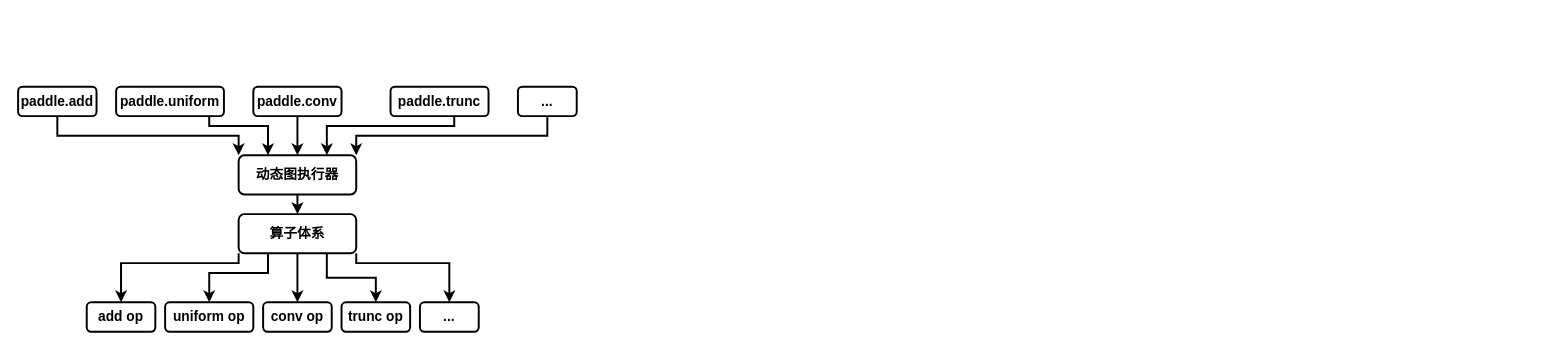
Earlier version of the draw.io diagram price1.drawio (JiabinYang/Doc). Source tidied: cells renumbered, new cells numbered last; positions are measured from the earlier drawing's top-left corner, leaving out a move shared by most shapes. Both pictures are drawn from the tidied source at 98%, with x=0, y=0 at pixel (18, 86).
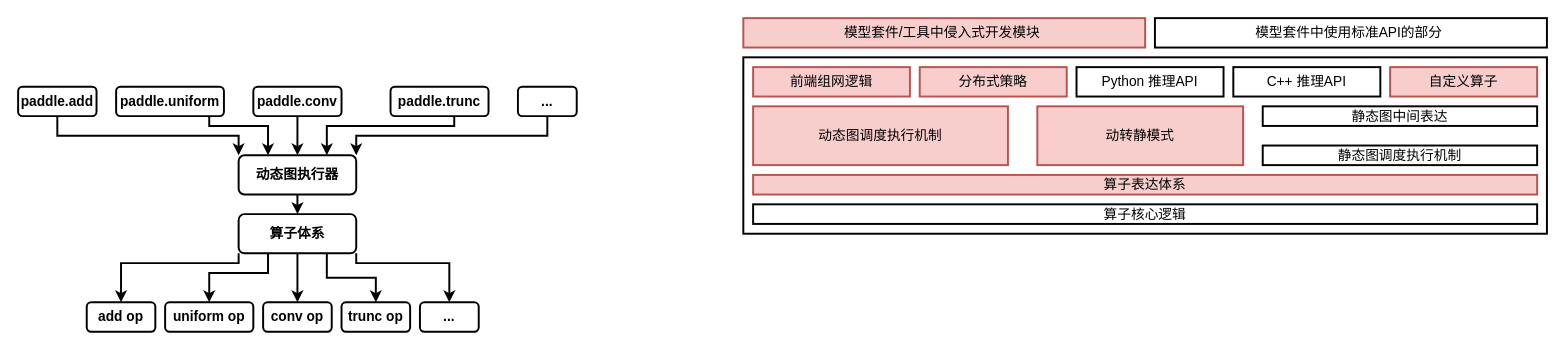
Above is the later version.

The edit, as a diff of the source:
```diff
@@
+    <mxCell id="25" style="rounded=0;whiteSpace=wrap;html=1;fontSize=14;strokeWidth=2;" parent="1" vertex="1">
+      <mxGeometry x="740" y="-30" width="820" height="180" as="geometry" />
+    </mxCell>
+    <mxCell id="26" value="前端组网逻辑" style="rounded=0;whiteSpace=wrap;html=1;fontSize=14;strokeWidth=2;fillColor=#f8cecc;strokeColor=#b85450;" parent="1" vertex="1">
+      <mxGeometry x="750" y="-20" width="160" height="30" as="geometry" />
+    </mxCell>
+    <mxCell id="27" value="分布式策略" style="rounded=0;whiteSpace=wrap;html=1;fontSize=14;strokeWidth=2;fillColor=#f8cecc;strokeColor=#b85450;" parent="1" vertex="1">
+      <mxGeometry x="920" y="-20" width="150" height="30" as="geometry" />
+    </mxCell>
+    <mxCell id="28" value="Python 推理API" style="rounded=0;whiteSpace=wrap;html=1;fontSize=14;strokeWidth=2;" parent="1" vertex="1">
+      <mxGeometry x="1080" y="-20" width="150" height="30" as="geometry" />
+    </mxCell>
+    <mxCell id="29" value="C++ 推理API" style="rounded=0;whiteSpace=wrap;html=1;fontSize=14;strokeWidth=2;" parent="1" vertex="1">
+      <mxGeometry x="1240" y="-20" width="150" height="30" as="geometry" />
+    </mxCell>
+    <mxCell id="30" value="自定义算子" style="rounded=0;whiteSpace=wrap;html=1;fontSize=14;strokeWidth=2;fillColor=#f8cecc;strokeColor=#b85450;" parent="1" vertex="1">
+      <mxGeometry x="1400" y="-20" width="150" height="30" as="geometry" />
+    </mxCell>
+    <mxCell id="31" value="动态图调度执行机制" style="rounded=0;whiteSpace=wrap;html=1;fontSize=14;strokeWidth=2;fillColor=#f8cecc;strokeColor=#b85450;" parent="1" vertex="1">
+      <mxGeometry x="750" y="20" width="260" height="60" as="geometry" />
+    </mxCell>
+    <mxCell id="32" value="静态图调度执行机制" style="rounded=0;whiteSpace=wrap;html=1;fontSize=14;strokeWidth=2;" parent="1" vertex="1">
+      <mxGeometry x="1270" y="60" width="280" height="20" as="geometry" />
+    </mxCell>
+    <mxCell id="33" value="静态图中间表达" style="rounded=0;whiteSpace=wrap;html=1;fontSize=14;strokeWidth=2;" parent="1" vertex="1">
+      <mxGeometry x="1270" y="20" width="280" height="20" as="geometry" />
+    </mxCell>
+    <mxCell id="34" value="算子表达体系" style="rounded=0;whiteSpace=wrap;html=1;fontSize=14;strokeWidth=2;fillColor=#f8cecc;strokeColor=#b85450;" parent="1" vertex="1">
+      <mxGeometry x="750" y="90" width="800" height="20" as="geometry" />
+    </mxCell>
+    <mxCell id="35" value="算子核心逻辑" style="rounded=0;whiteSpace=wrap;html=1;fontSize=14;strokeWidth=2;" parent="1" vertex="1">
+      <mxGeometry x="750" y="120" width="800" height="20" as="geometry" />
+    </mxCell>
+    <mxCell id="36" value="动转静模式" style="rounded=0;whiteSpace=wrap;html=1;fontSize=14;strokeWidth=2;fillColor=#f8cecc;strokeColor=#b85450;" parent="1" vertex="1">
+      <mxGeometry x="1040" y="20" width="210" height="60" as="geometry" />
+    </mxCell>
+    <mxCell id="37" value="模型套件/工具中侵入式开发模块&amp;nbsp;" style="rounded=0;whiteSpace=wrap;html=1;fontSize=14;strokeWidth=2;fillColor=#f8cecc;strokeColor=#b85450;" parent="1" vertex="1">
+      <mxGeometry x="740" y="-70" width="410" height="30" as="geometry" />
+    </mxCell>
+    <mxCell id="38" value="模型套件中使用标准API的部分&amp;nbsp;" style="rounded=0;whiteSpace=wrap;html=1;fontSize=14;strokeWidth=2;" parent="1" vertex="1">
+      <mxGeometry x="1160" y="-70" width="400" height="30" as="geometry" />
+    </mxCell>
```
